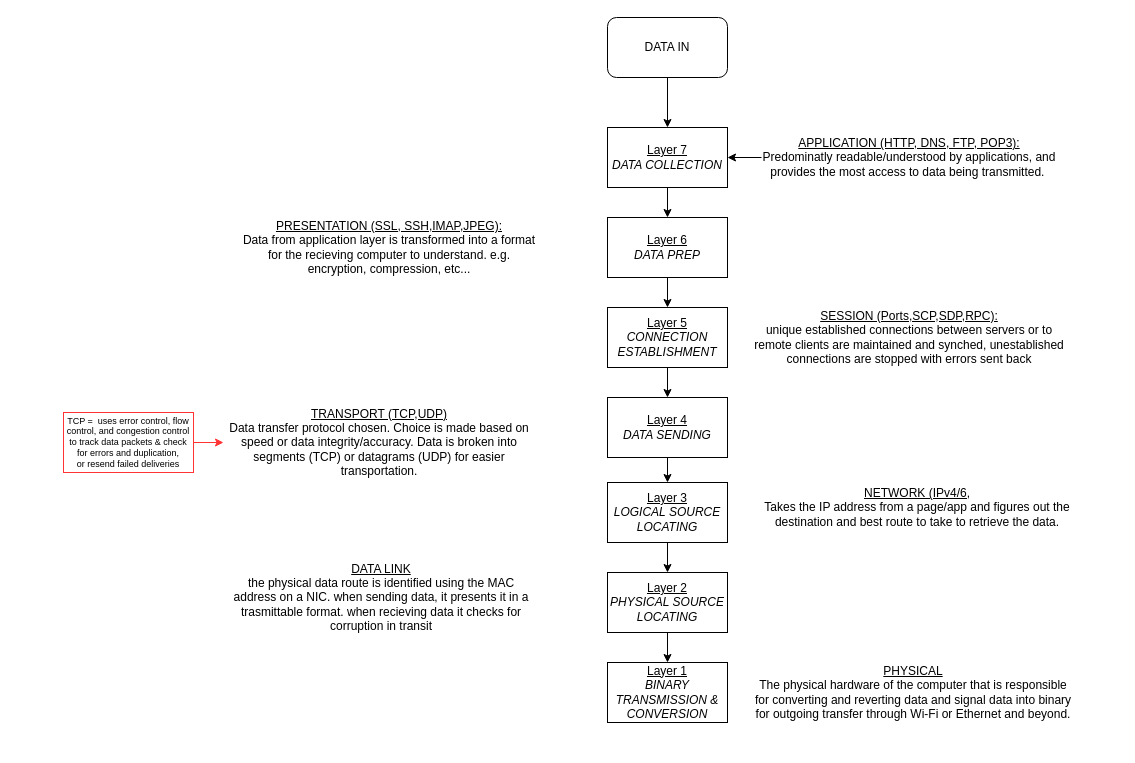
Cams-Plan/architectural-plans-and-algorithms keeps this draw.io diagram as OSI Model Explained.drawio. Above is the earlier version. Source tidied: cells renumbered, new cells numbered last; positions are measured from the earlier drawing's top-left corner, leaving out a move shared by most shapes. Both pictures are drawn from the tidied source at 100%, with x=0, y=0 at pixel (63, 17).
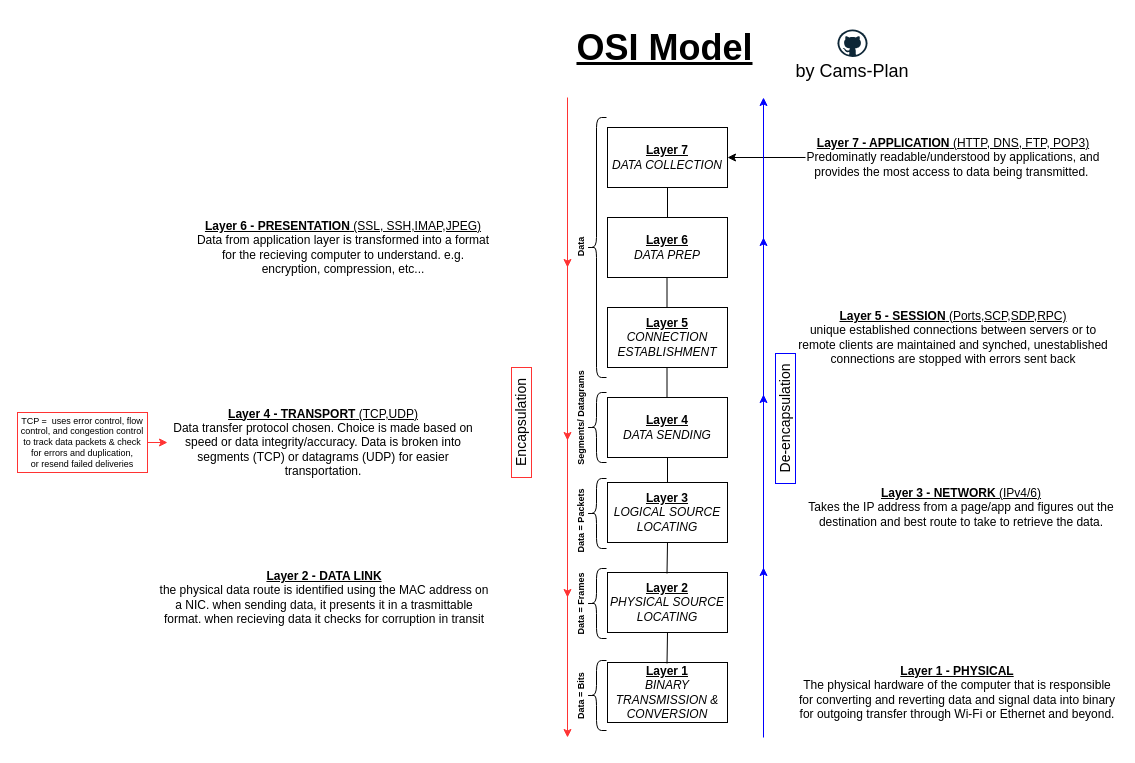
The same diagram, later.

What changed in the source:
```diff
@@
-    <mxCell id="2" style="edgeStyle=orthogonalEdgeStyle;rounded=0;jettySize=auto;html=1;exitX=0.5;exitY=1;exitDx=0;exitDy=0;entryX=0.5;entryY=0;entryDx=0;entryDy=0;" parent="1" edge="1" source="3" target="7">
-      <mxGeometry relative="1" as="geometry" />
-    </mxCell>
-    <mxCell id="3" value="&lt;u&gt;Layer 7&lt;br&gt;&lt;/u&gt;&lt;i&gt;DATA COLLECTION&lt;/i&gt;" style="rounded=0;whiteSpace=wrap;html=1;" parent="1" vertex="1">
+    <mxCell id="3" value="&lt;u&gt;&lt;b&gt;Layer 7&lt;/b&gt;&lt;br&gt;&lt;/u&gt;&lt;i&gt;DATA COLLECTION&lt;/i&gt;" style="rounded=0;whiteSpace=wrap;html=1;" parent="1" vertex="1">
       <mxGeometry x="544" y="110" width="120" height="60" as="geometry" />
     </mxCell>
-    <mxCell id="4" style="edgeStyle=orthogonalEdgeStyle;rounded=0;jettySize=auto;html=1;exitX=0.5;exitY=1;exitDx=0;exitDy=0;entryX=0.5;entryY=0;entryDx=0;entryDy=0;" parent="1" edge="1" source="5" target="3">
-      <mxGeometry relative="1" as="geometry" />
-    </mxCell>
-    <mxCell id="5" value="DATA IN" style="rounded=1;whiteSpace=wrap;html=1;" parent="1" vertex="1">
-      <mxGeometry x="544" width="120" height="60" as="geometry" />
-    </mxCell>
-    <mxCell id="6" style="edgeStyle=orthogonalEdgeStyle;rounded=0;jettySize=auto;html=1;exitX=0.5;exitY=1;exitDx=0;exitDy=0;entryX=0.5;entryY=0;entryDx=0;entryDy=0;" parent="1" edge="1" source="7" target="9">
-      <mxGeometry relative="1" as="geometry" />
-    </mxCell>
-    <mxCell id="7" value="&lt;u&gt;Layer 6&lt;br&gt;&lt;/u&gt;&lt;i&gt;DATA PREP&lt;/i&gt;" style="rounded=0;whiteSpace=wrap;html=1;" parent="1" vertex="1">
+    <mxCell id="7" value="&lt;u&gt;&lt;b&gt;Layer 6&lt;/b&gt;&lt;br&gt;&lt;/u&gt;&lt;i&gt;DATA PREP&lt;/i&gt;" style="rounded=0;whiteSpace=wrap;html=1;" parent="1" vertex="1">
       <mxGeometry x="544" y="200" width="120" height="60" as="geometry" />
     </mxCell>
-    <mxCell id="8" style="edgeStyle=orthogonalEdgeStyle;rounded=0;jettySize=auto;html=1;exitX=0.5;exitY=1;exitDx=0;exitDy=0;entryX=0.5;entryY=0;entryDx=0;entryDy=0;" parent="1" edge="1" source="9" target="11">
-      <mxGeometry relative="1" as="geometry" />
-    </mxCell>
-    <mxCell id="9" value="&lt;u&gt;Layer 5&lt;br&gt;&lt;/u&gt;&lt;i&gt;CONNECTION ESTABLISHMENT&lt;/i&gt;" style="rounded=0;whiteSpace=wrap;html=1;" parent="1" vertex="1">
+    <mxCell id="9" value="&lt;u&gt;&lt;b&gt;Layer 5&lt;/b&gt;&lt;br&gt;&lt;/u&gt;&lt;i&gt;CONNECTION ESTABLISHMENT&lt;/i&gt;" style="rounded=0;whiteSpace=wrap;html=1;" parent="1" vertex="1">
       <mxGeometry x="544" y="290" width="120" height="60" as="geometry" />
     </mxCell>
-    <mxCell id="10" style="edgeStyle=orthogonalEdgeStyle;rounded=0;jettySize=auto;html=1;exitX=0.5;exitY=1;exitDx=0;exitDy=0;entryX=0.5;entryY=0;entryDx=0;entryDy=0;" parent="1" edge="1" source="11" target="13">
-      <mxGeometry relative="1" as="geometry" />
-    </mxCell>
-    <mxCell id="11" value="&lt;u&gt;Layer 4&lt;br&gt;&lt;/u&gt;&lt;i&gt;DATA SENDING&lt;/i&gt;" style="rounded=0;whiteSpace=wrap;html=1;" parent="1" vertex="1">
+    <mxCell id="11" value="&lt;u&gt;&lt;b&gt;Layer 4&lt;/b&gt;&lt;br&gt;&lt;/u&gt;&lt;i&gt;DATA SENDING&lt;/i&gt;" style="rounded=0;whiteSpace=wrap;html=1;" parent="1" vertex="1">
       <mxGeometry x="544" y="380" width="120" height="60" as="geometry" />
     </mxCell>
-    <mxCell id="12" style="edgeStyle=orthogonalEdgeStyle;rounded=0;jettySize=auto;html=1;exitX=0.5;exitY=1;exitDx=0;exitDy=0;entryX=0.5;entryY=0;entryDx=0;entryDy=0;" parent="1" edge="1" source="13" target="15">
-      <mxGeometry relative="1" as="geometry" />
-    </mxCell>
-    <mxCell id="13" value="&lt;u&gt;Layer 3&lt;br&gt;&lt;/u&gt;&lt;i&gt;LOGICAL SOURCE LOCATING&lt;/i&gt;" style="rounded=0;whiteSpace=wrap;html=1;" parent="1" vertex="1">
+    <mxCell id="13" value="&lt;u&gt;&lt;b&gt;Layer 3&lt;/b&gt;&lt;br&gt;&lt;/u&gt;&lt;i&gt;LOGICAL SOURCE LOCATING&lt;/i&gt;" style="rounded=0;whiteSpace=wrap;html=1;" parent="1" vertex="1">
       <mxGeometry x="544" y="465" width="120" height="60" as="geometry" />
     </mxCell>
-    <mxCell id="14" style="edgeStyle=orthogonalEdgeStyle;rounded=0;jettySize=auto;html=1;exitX=0.5;exitY=1;exitDx=0;exitDy=0;entryX=0.5;entryY=0;entryDx=0;entryDy=0;" parent="1" edge="1" source="15" target="16">
-      <mxGeometry relative="1" as="geometry" />
-    </mxCell>
-    <mxCell id="15" value="&lt;u&gt;Layer 2&lt;br&gt;&lt;/u&gt;&lt;i&gt;PHYSICAL SOURCE LOCATING&lt;/i&gt;" style="rounded=0;whiteSpace=wrap;html=1;" parent="1" vertex="1">
+    <mxCell id="15" value="&lt;u&gt;&lt;b&gt;Layer 2&lt;/b&gt;&lt;br&gt;&lt;/u&gt;&lt;i&gt;PHYSICAL SOURCE LOCATING&lt;/i&gt;" style="rounded=0;whiteSpace=wrap;html=1;" parent="1" vertex="1">
       <mxGeometry x="544" y="555" width="120" height="60" as="geometry" />
     </mxCell>
-    <mxCell id="16" value="&lt;u&gt;Layer 1&lt;/u&gt;&lt;br&gt;&lt;i&gt;BINARY TRANSMISSION &amp;amp; CONVERSION&lt;/i&gt;" style="rounded=0;whiteSpace=wrap;html=1;" parent="1" vertex="1">
+    <mxCell id="16" value="&lt;u&gt;&lt;b&gt;Layer 1&lt;/b&gt;&lt;/u&gt;&lt;br&gt;&lt;i&gt;BINARY TRANSMISSION &amp;amp; CONVERSION&lt;/i&gt;" style="rounded=0;whiteSpace=wrap;html=1;" parent="1" vertex="1">
       <mxGeometry x="544" y="645" width="120" height="60" as="geometry" />
     </mxCell>
@@
-    <mxCell id="18" value="&lt;u&gt;APPLICATION (HTTP, DNS, FTP, POP3):&lt;br&gt;&lt;/u&gt;Predominatly readable/understood by applications, and provides the most access to data being transmitted.&amp;nbsp;" style="text;html=1;strokeColor=none;fillColor=none;align=center;verticalAlign=middle;whiteSpace=wrap;rounded=0;" parent="1" vertex="1">
-      <mxGeometry x="698" y="110" width="296" height="60" as="geometry" />
+    <mxCell id="18" value="&lt;u&gt;&lt;b&gt;Layer 7 - APPLICATION&lt;/b&gt; (HTTP, DNS, FTP, POP3)&lt;br&gt;&lt;/u&gt;Predominatly readable/understood by applications, and provides the most access to data being transmitted.&amp;nbsp;" style="text;html=1;strokeColor=none;fillColor=none;align=center;verticalAlign=middle;whiteSpace=wrap;rounded=0;" parent="1" vertex="1">
+      <mxGeometry x="742" y="110" width="296" height="60" as="geometry" />
     </mxCell>
-    <mxCell id="19" value="&lt;u&gt;PRESENTATION (SSL, SSH,IMAP,JPEG):&lt;br&gt;&lt;/u&gt;Data from application layer is transformed into a format for the recieving computer to understand. e.g. encryption, compression, etc..." style="text;html=1;strokeColor=none;fillColor=none;align=center;verticalAlign=middle;whiteSpace=wrap;rounded=0;" parent="1" vertex="1">
-      <mxGeometry x="178" y="200" width="296" height="60" as="geometry" />
+    <mxCell id="19" value="&lt;u&gt;&lt;b&gt;Layer 6 - PRESENTATION&lt;/b&gt; (SSL, SSH,IMAP,JPEG)&lt;br&gt;&lt;/u&gt;Data from application layer is transformed into a format for the recieving computer to understand. e.g. encryption, compression, etc..." style="text;html=1;strokeColor=none;fillColor=none;align=center;verticalAlign=middle;whiteSpace=wrap;rounded=0;" parent="1" vertex="1">
+      <mxGeometry x="132" y="200" width="296" height="60" as="geometry" />
     </mxCell>
-    <mxCell id="20" value="&lt;u&gt;SESSION (Ports,SCP,SDP,RPC):&lt;br&gt;&lt;/u&gt;unique established connections between servers or to remote clients are maintained and synched, unestablished connections are stopped with errors sent back" style="text;html=1;strokeColor=none;fillColor=none;align=center;verticalAlign=middle;whiteSpace=wrap;rounded=0;" parent="1" vertex="1">
-      <mxGeometry x="690" y="290" width="312" height="60" as="geometry" />
+    <mxCell id="20" value="&lt;u&gt;&lt;b&gt;Layer 5 - SESSION&lt;/b&gt; (Ports,SCP,SDP,RPC)&lt;br&gt;&lt;/u&gt;unique established connections between servers or to remote clients are maintained and synched, unestablished connections are stopped with errors sent back" style="text;html=1;strokeColor=none;fillColor=none;align=center;verticalAlign=middle;whiteSpace=wrap;rounded=0;" parent="1" vertex="1">
+      <mxGeometry x="734" y="290" width="312" height="60" as="geometry" />
     </mxCell>
-    <mxCell id="21" value="&lt;u&gt;TRANSPORT (TCP,UDP)&lt;br&gt;&lt;/u&gt;Data transfer protocol chosen. Choice is made based on speed or data integrity/accuracy. Data is broken into segments (TCP) or datagrams (UDP) for easier transportation." style="text;html=1;strokeColor=none;fillColor=none;align=center;verticalAlign=middle;whiteSpace=wrap;rounded=0;" parent="1" vertex="1">
-      <mxGeometry x="160" y="380" width="312" height="90" as="geometry" />
+    <mxCell id="21" value="&lt;u&gt;&lt;b&gt;Layer 4 - TRANSPORT&lt;/b&gt; (TCP,UDP)&lt;br&gt;&lt;/u&gt;Data transfer protocol chosen. Choice is made based on speed or data integrity/accuracy. Data is broken into segments (TCP) or datagrams (UDP) for easier transportation." style="text;html=1;strokeColor=none;fillColor=none;align=center;verticalAlign=middle;whiteSpace=wrap;rounded=0;" parent="1" vertex="1">
+      <mxGeometry x="104" y="380" width="312" height="90" as="geometry" />
     </mxCell>
-    <mxCell id="22" value="&lt;u&gt;NETWORK (IPv4/6,&lt;/u&gt;&lt;br&gt;Takes the IP address from a page/app and figures out the destination and best route to take to retrieve the data." style="text;html=1;strokeColor=none;fillColor=none;align=center;verticalAlign=middle;whiteSpace=wrap;rounded=0;" parent="1" vertex="1">
-      <mxGeometry x="698" y="460" width="312" height="60" as="geometry" />
+    <mxCell id="22" value="&lt;u&gt;&lt;b&gt;Layer 3 - NETWORK &lt;/b&gt;(IPv4/6)&lt;/u&gt;&lt;br&gt;Takes the IP address from a page/app and figures out the destination and best route to take to retrieve the data." style="text;html=1;strokeColor=none;fillColor=none;align=center;verticalAlign=middle;whiteSpace=wrap;rounded=0;" parent="1" vertex="1">
+      <mxGeometry x="742" y="460" width="312" height="60" as="geometry" />
     </mxCell>
-    <mxCell id="23" value="&lt;u&gt;DATA LINK&lt;/u&gt;&lt;br&gt;the physical data route is identified using the MAC address on a NIC. when sending data, it presents it in a trasmittable format. when recieving data it checks for corruption in transit" style="text;html=1;strokeColor=none;fillColor=none;align=center;verticalAlign=middle;whiteSpace=wrap;rounded=0;" parent="1" vertex="1">
-      <mxGeometry x="162" y="550" width="312" height="60" as="geometry" />
+    <mxCell id="23" value="&lt;u&gt;&lt;b&gt;Layer 2 - DATA LINK&lt;/b&gt;&lt;/u&gt;&lt;br&gt;the physical data route is identified using the MAC address on a NIC. when sending data, it presents it in a trasmittable format. when recieving data it checks for corruption in transit" style="text;html=1;strokeColor=none;fillColor=none;align=center;verticalAlign=middle;whiteSpace=wrap;rounded=0;" parent="1" vertex="1">
+      <mxGeometry x="94" y="550" width="334" height="60" as="geometry" />
     </mxCell>
-    <mxCell id="24" value="&lt;u&gt;PHYSICAL&lt;/u&gt;&lt;br&gt;The physical hardware of the computer that is responsible for converting and reverting data and signal data into binary for outgoing transfer through Wi-Fi or Ethernet and beyond." style="text;html=1;strokeColor=none;fillColor=none;align=center;verticalAlign=middle;whiteSpace=wrap;rounded=0;" parent="1" vertex="1">
-      <mxGeometry x="690" y="645" width="320" height="60" as="geometry" />
+    <mxCell id="24" value="&lt;u&gt;&lt;b&gt;Layer 1 - PHYSICAL&lt;/b&gt;&lt;/u&gt;&lt;br&gt;The physical hardware of the computer that is responsible for converting and reverting data and signal data into binary for outgoing transfer through Wi-Fi or Ethernet and beyond." style="text;html=1;strokeColor=none;fillColor=none;align=center;verticalAlign=middle;whiteSpace=wrap;rounded=0;" parent="1" vertex="1">
+      <mxGeometry x="734" y="645" width="320" height="60" as="geometry" />
     </mxCell>
@@
     <mxCell id="26" value="TCP =&amp;nbsp; uses error control, flow control, and congestion&amp;nbsp;control to track data packets &amp;amp;&amp;nbsp;check for errors and duplication, or&amp;nbsp;resend failed deliveries" style="rounded=0;whiteSpace=wrap;html=1;fontSize=9;strokeColor=#FF3333;" parent="1" vertex="1">
-      <mxGeometry y="395" width="130" height="60" as="geometry" />
+      <mxGeometry x="-46" y="395" width="130" height="60" as="geometry" />
     </mxCell>
+    <mxCell id="27" style="endArrow=classic;html=1;rounded=0;strokeColor=#FF3333;fontSize=9;" parent="1" edge="1">
+      <mxGeometry relative="1" as="geometry">
+        <mxPoint x="504" y="80" as="sourcePoint" />
+        <mxPoint x="504" y="720" as="targetPoint" />
+      </mxGeometry>
+    </mxCell>
+    <mxCell id="28" style="endArrow=classic;html=1;rounded=0;strokeColor=#FF3333;fontSize=9;" parent="1" edge="1">
+      <mxGeometry relative="1" as="geometry">
+        <mxPoint x="504" y="363" as="sourcePoint" />
+        <mxPoint x="504" y="423" as="targetPoint" />
+      </mxGeometry>
+    </mxCell>
+    <mxCell id="29" style="endArrow=classic;html=1;rounded=0;strokeColor=#FF3333;fontSize=9;" parent="1" edge="1">
+      <mxGeometry relative="1" as="geometry">
+        <mxPoint x="504" y="190" as="sourcePoint" />
+        <mxPoint x="504" y="250" as="targetPoint" />
+      </mxGeometry>
+    </mxCell>
+    <mxCell id="30" style="endArrow=classic;html=1;rounded=0;strokeColor=#FF3333;fontSize=9;" parent="1" edge="1">
+      <mxGeometry relative="1" as="geometry">
+        <mxPoint x="504" y="520" as="sourcePoint" />
+        <mxPoint x="504" y="580" as="targetPoint" />
+      </mxGeometry>
+    </mxCell>
+    <mxCell id="31" value="&lt;font style=&quot;font-size: 14px;&quot;&gt;Encapsulation&lt;/font&gt;" style="rounded=0;whiteSpace=wrap;html=1;strokeColor=#FF3333;fontSize=9;rotation=-90;" parent="1" vertex="1">
+      <mxGeometry x="403" y="395" width="110" height="20" as="geometry" />
+    </mxCell>
+    <mxCell id="32" style="shape=curlyBracket;whiteSpace=wrap;html=1;rounded=1;strokeColor=#000000;fontSize=14;size=0.5;" parent="1" vertex="1">
+      <mxGeometry x="523" y="100" width="20" height="260" as="geometry" />
+    </mxCell>
+    <mxCell id="33" value="&lt;font style=&quot;font-size: 9px;&quot;&gt;&lt;b style=&quot;&quot;&gt;Data&lt;/b&gt;&lt;/font&gt;" style="text;html=1;align=center;verticalAlign=middle;strokeColor=none;fillColor=none;fontSize=14;rotation=-90;" parent="1" vertex="1">
+      <mxGeometry x="496" y="215" width="40" height="30" as="geometry" />
+    </mxCell>
+    <mxCell id="34" style="shape=curlyBracket;whiteSpace=wrap;html=1;rounded=1;strokeColor=#000000;fontSize=14;size=0.5;" parent="1" vertex="1">
+      <mxGeometry x="523" y="375" width="20" height="70" as="geometry" />
+    </mxCell>
+    <mxCell id="35" value="&lt;font style=&quot;font-size: 9px;&quot;&gt;&lt;b style=&quot;&quot;&gt;Segments/ Datagrams&lt;/b&gt;&lt;/font&gt;" style="text;html=1;align=center;verticalAlign=middle;strokeColor=none;fillColor=none;fontSize=14;rotation=-90;" parent="1" vertex="1">
+      <mxGeometry x="456" y="386" width="120" height="30" as="geometry" />
+    </mxCell>
+    <mxCell id="36" style="shape=curlyBracket;whiteSpace=wrap;html=1;rounded=1;strokeColor=#000000;fontSize=14;size=0.5;" parent="1" vertex="1">
+      <mxGeometry x="523" y="461" width="20" height="70" as="geometry" />
+    </mxCell>
+    <mxCell id="37" value="&lt;font style=&quot;font-size: 9px;&quot;&gt;&lt;b style=&quot;&quot;&gt;Data = Packets&lt;/b&gt;&lt;/font&gt;" style="text;html=1;align=center;verticalAlign=middle;strokeColor=none;fillColor=none;fontSize=14;rotation=-90;" parent="1" vertex="1">
+      <mxGeometry x="471" y="489" width="90" height="30" as="geometry" />
+    </mxCell>
+    <mxCell id="38" style="shape=curlyBracket;whiteSpace=wrap;html=1;rounded=1;strokeColor=#000000;fontSize=14;size=0.5;" parent="1" vertex="1">
+      <mxGeometry x="523" y="551" width="20" height="70" as="geometry" />
+    </mxCell>
+    <mxCell id="39" value="&lt;font style=&quot;font-size: 9px;&quot;&gt;&lt;b style=&quot;&quot;&gt;Data = Frames&lt;/b&gt;&lt;/font&gt;" style="text;html=1;align=center;verticalAlign=middle;strokeColor=none;fillColor=none;fontSize=14;rotation=-90;" parent="1" vertex="1">
+      <mxGeometry x="471" y="572" width="90" height="30" as="geometry" />
+    </mxCell>
+    <mxCell id="40" style="shape=curlyBracket;whiteSpace=wrap;html=1;rounded=1;strokeColor=#000000;fontSize=14;size=0.5;" parent="1" vertex="1">
+      <mxGeometry x="523" y="643" width="20" height="70" as="geometry" />
+    </mxCell>
+    <mxCell id="41" value="&lt;font style=&quot;font-size: 9px;&quot;&gt;&lt;b style=&quot;&quot;&gt;Data = Bits&lt;/b&gt;&lt;/font&gt;" style="text;html=1;align=center;verticalAlign=middle;strokeColor=none;fillColor=none;fontSize=14;rotation=-90;" parent="1" vertex="1">
+      <mxGeometry x="481" y="664" width="70" height="30" as="geometry" />
+    </mxCell>
+    <mxCell id="42" style="group;rotation=-180;strokeColor=#0000FF;" parent="1" vertex="1">
+      <mxGeometry x="700" y="80" height="640" as="geometry" />
+    </mxCell>
+    <mxCell id="43" style="endArrow=classic;html=1;rounded=0;strokeColor=#0000FF;fontSize=9;" parent="42" edge="1">
+      <mxGeometry relative="1" as="geometry">
+        <mxPoint y="640" as="sourcePoint" />
+        <mxPoint as="targetPoint" />
+      </mxGeometry>
+    </mxCell>
+    <mxCell id="44" style="endArrow=classic;html=1;rounded=0;strokeColor=#0000FF;fontSize=9;" parent="42" edge="1">
+      <mxGeometry relative="1" as="geometry">
+        <mxPoint y="357" as="sourcePoint" />
+        <mxPoint y="297" as="targetPoint" />
+      </mxGeometry>
+    </mxCell>
+    <mxCell id="45" style="endArrow=classic;html=1;rounded=0;strokeColor=#0000FF;fontSize=9;" parent="42" edge="1">
+      <mxGeometry relative="1" as="geometry">
+        <mxPoint y="530" as="sourcePoint" />
+        <mxPoint y="470" as="targetPoint" />
+      </mxGeometry>
+    </mxCell>
+    <mxCell id="46" style="endArrow=classic;html=1;rounded=0;strokeColor=#0000FF;fontSize=9;" parent="42" edge="1">
+      <mxGeometry relative="1" as="geometry">
+        <mxPoint y="200" as="sourcePoint" />
+        <mxPoint y="140" as="targetPoint" />
+      </mxGeometry>
+    </mxCell>
+    <mxCell id="47" value="&lt;font style=&quot;font-size: 14px;&quot;&gt;De-encapsulation&lt;/font&gt;" style="rounded=0;whiteSpace=wrap;html=1;strokeColor=#0000FF;fontSize=9;rotation=-90;" parent="1" vertex="1">
+      <mxGeometry x="657" y="391" width="130" height="20" as="geometry" />
+    </mxCell>
+    <mxCell id="48" value="&lt;font style=&quot;font-size: 36px;&quot;&gt;&lt;b&gt;&lt;u&gt;OSI Model&lt;/u&gt;&lt;/b&gt;&lt;/font&gt;" style="text;html=1;strokeColor=none;fillColor=none;align=center;verticalAlign=middle;whiteSpace=wrap;rounded=0;fontSize=9;fontColor=#000000;" parent="1" vertex="1">
+      <mxGeometry x="496" y="10" width="211" height="40" as="geometry" />
+    </mxCell>
+    <mxCell id="49" value="&lt;span style=&quot;font-size: 18px;&quot;&gt;by Cams-Plan&lt;/span&gt;" style="text;html=1;strokeColor=none;fillColor=none;align=center;verticalAlign=middle;whiteSpace=wrap;rounded=0;fontSize=36;fontColor=#000000;" parent="1" vertex="1">
+      <mxGeometry x="724" y="32" width="130" height="30" as="geometry" />
+    </mxCell>
+    <mxCell id="50" style="dashed=0;html=1;align=center;labelPosition=center;verticalLabelPosition=bottom;verticalAlign=top;shape=mxgraph.weblogos.github;strokeColor=#000000;fontSize=18;fontColor=#000000;" parent="1" vertex="1">
+      <mxGeometry x="774" y="12" width="30" height="27.5" as="geometry" />
+    </mxCell>
+    <mxCell id="51" style="endArrow=none;html=1;rounded=0;strokeColor=#000000;fontSize=18;fontColor=#000000;exitX=0.5;exitY=0;exitDx=0;exitDy=0;entryX=0.5;entryY=1;entryDx=0;entryDy=0;" parent="1" edge="1" source="7" target="3">
+      <mxGeometry relative="1" as="geometry" />
+    </mxCell>
+    <mxCell id="52" style="endArrow=none;html=1;rounded=0;strokeColor=#000000;fontSize=18;fontColor=#000000;exitX=0.5;exitY=0;exitDx=0;exitDy=0;entryX=0.5;entryY=1;entryDx=0;entryDy=0;" parent="1" edge="1">
+      <mxGeometry relative="1" as="geometry">
+        <mxPoint x="603.5" y="290" as="sourcePoint" />
+        <mxPoint x="603.5" y="260" as="targetPoint" />
+      </mxGeometry>
+    </mxCell>
+    <mxCell id="53" style="endArrow=none;html=1;rounded=0;strokeColor=#000000;fontSize=18;fontColor=#000000;exitX=0.5;exitY=0;exitDx=0;exitDy=0;entryX=0.5;entryY=1;entryDx=0;entryDy=0;" parent="1" edge="1">
+      <mxGeometry relative="1" as="geometry">
+        <mxPoint x="603.5" y="380" as="sourcePoint" />
+        <mxPoint x="603.5" y="350" as="targetPoint" />
+      </mxGeometry>
+    </mxCell>
+    <mxCell id="54" style="endArrow=none;html=1;rounded=0;strokeColor=#000000;fontSize=18;fontColor=#000000;entryX=0.5;entryY=1;entryDx=0;entryDy=0;exitX=0.5;exitY=0;exitDx=0;exitDy=0;" parent="1" edge="1" source="13" target="11">
+      <mxGeometry relative="1" as="geometry" />
+    </mxCell>
+    <mxCell id="55" style="endArrow=none;html=1;rounded=0;strokeColor=#000000;fontSize=18;fontColor=#000000;entryX=0.5;entryY=1;entryDx=0;entryDy=0;exitX=0.5;exitY=0;exitDx=0;exitDy=0;" parent="1" edge="1" target="13">
+      <mxGeometry relative="1" as="geometry">
+        <mxPoint x="603.5" y="556" as="sourcePoint" />
+      </mxGeometry>
+    </mxCell>
+    <mxCell id="56" style="endArrow=none;html=1;rounded=0;strokeColor=#000000;fontSize=18;fontColor=#000000;entryX=0.5;entryY=1;entryDx=0;entryDy=0;exitX=0.5;exitY=0;exitDx=0;exitDy=0;" parent="1" edge="1">
+      <mxGeometry relative="1" as="geometry">
+        <mxPoint x="603.5" y="646" as="sourcePoint" />
+        <mxPoint x="604" y="615" as="targetPoint" />
+      </mxGeometry>
+    </mxCell>
```
